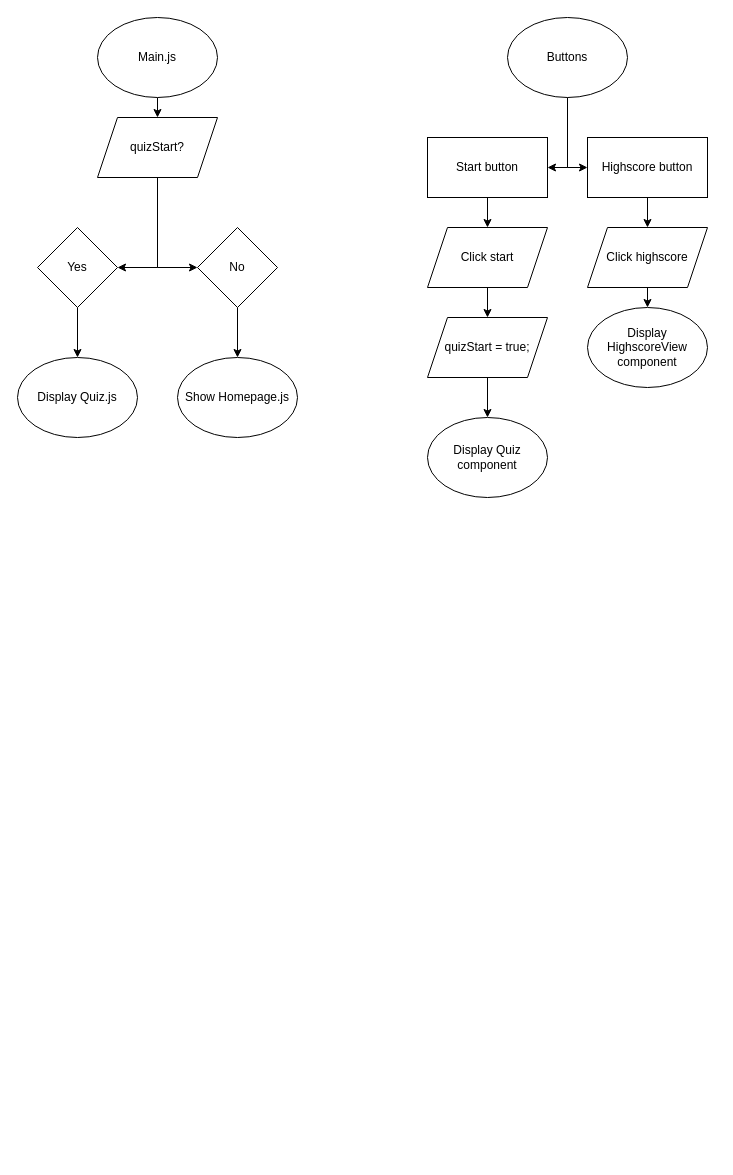
Earlier version of the draw.io diagram page "Logic" (2 of 2) of React-Quiz-Diagram.drawio (Joeseff6/React-Quiz). Source tidied: cells renumbered, new cells numbered last; positions are measured from the earlier drawing's top-left corner, leaving out a move shared by most shapes. Both pictures are drawn from the tidied source at 100%, with x=0, y=0 at pixel (17, 17).
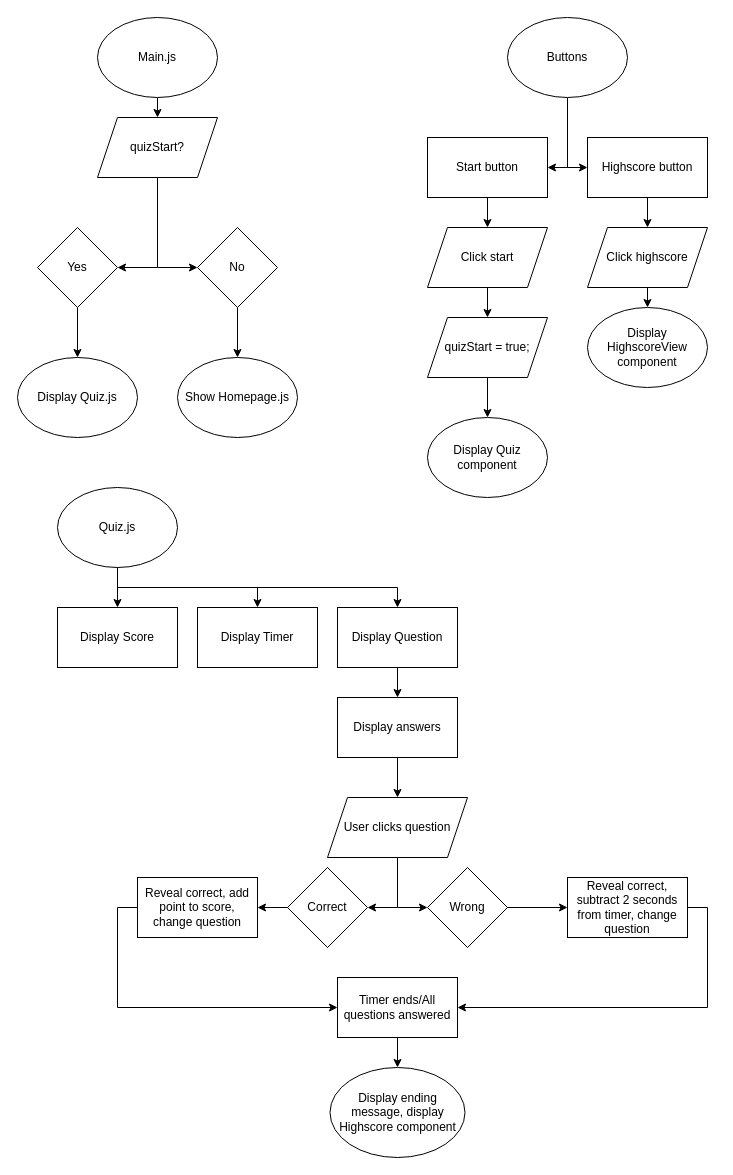
Above is the later version.

Commit message:
Added Quiz logic

The edit, as a diff of the source:
```diff
@@
+    <mxCell id="28" style="edgeStyle=orthogonalEdgeStyle;rounded=0;jettySize=auto;html=1;exitX=0.5;exitY=1;exitDx=0;exitDy=0;" parent="1" edge="1" source="31" target="33">
+      <mxGeometry relative="1" as="geometry" />
+    </mxCell>
+    <mxCell id="29" style="edgeStyle=orthogonalEdgeStyle;rounded=0;jettySize=auto;html=1;exitX=0.5;exitY=1;exitDx=0;exitDy=0;entryX=0.5;entryY=0;entryDx=0;entryDy=0;" parent="1" edge="1" source="31" target="36">
+      <mxGeometry relative="1" as="geometry" />
+    </mxCell>
+    <mxCell id="30" style="edgeStyle=orthogonalEdgeStyle;rounded=0;jettySize=auto;html=1;exitX=0.5;exitY=1;exitDx=0;exitDy=0;" parent="1" edge="1" source="31" target="37">
+      <mxGeometry relative="1" as="geometry" />
+    </mxCell>
+    <mxCell id="31" value="Quiz.js" style="ellipse;whiteSpace=wrap;html=1;" parent="1" vertex="1">
+      <mxGeometry x="40" y="470" width="120" height="80" as="geometry" />
+    </mxCell>
+    <mxCell id="32" style="edgeStyle=orthogonalEdgeStyle;rounded=0;jettySize=auto;html=1;" parent="1" edge="1" source="33" target="35">
+      <mxGeometry relative="1" as="geometry" />
+    </mxCell>
+    <mxCell id="33" value="Display Question" style="rounded=0;whiteSpace=wrap;html=1;direction=west;" parent="1" vertex="1">
+      <mxGeometry x="320" y="590" width="120" height="60" as="geometry" />
+    </mxCell>
+    <mxCell id="34" style="edgeStyle=orthogonalEdgeStyle;rounded=0;jettySize=auto;html=1;exitX=0.5;exitY=1;exitDx=0;exitDy=0;entryX=0.5;entryY=0;entryDx=0;entryDy=0;" parent="1" edge="1" source="35" target="40">
+      <mxGeometry relative="1" as="geometry" />
+    </mxCell>
+    <mxCell id="35" value="Display answers" style="whiteSpace=wrap;html=1;rounded=0;" parent="1" vertex="1">
+      <mxGeometry x="320" y="680" width="120" height="60" as="geometry" />
+    </mxCell>
+    <mxCell id="36" value="Display Score" style="whiteSpace=wrap;html=1;" parent="1" vertex="1">
+      <mxGeometry x="40" y="590" width="120" height="60" as="geometry" />
+    </mxCell>
+    <mxCell id="37" value="Display Timer" style="whiteSpace=wrap;html=1;" parent="1" vertex="1">
+      <mxGeometry x="180" y="590" width="120" height="60" as="geometry" />
+    </mxCell>
+    <mxCell id="38" style="edgeStyle=orthogonalEdgeStyle;rounded=0;jettySize=auto;html=1;exitX=0.5;exitY=1;exitDx=0;exitDy=0;entryX=0;entryY=0.5;entryDx=0;entryDy=0;" parent="1" edge="1" source="40" target="44">
+      <mxGeometry relative="1" as="geometry" />
+    </mxCell>
+    <mxCell id="39" style="edgeStyle=orthogonalEdgeStyle;rounded=0;jettySize=auto;html=1;exitX=0.5;exitY=1;exitDx=0;exitDy=0;entryX=1;entryY=0.5;entryDx=0;entryDy=0;" parent="1" edge="1" source="40" target="42">
+      <mxGeometry relative="1" as="geometry" />
+    </mxCell>
+    <mxCell id="40" value="User clicks question" style="shape=parallelogram;perimeter=parallelogramPerimeter;whiteSpace=wrap;html=1;fixedSize=1;" parent="1" vertex="1">
+      <mxGeometry x="310" y="780" width="140" height="60" as="geometry" />
+    </mxCell>
+    <mxCell id="41" style="edgeStyle=orthogonalEdgeStyle;rounded=0;jettySize=auto;html=1;" parent="1" edge="1" source="42" target="46">
+      <mxGeometry relative="1" as="geometry" />
+    </mxCell>
+    <mxCell id="42" value="Correct" style="rhombus;whiteSpace=wrap;html=1;" parent="1" vertex="1">
+      <mxGeometry x="270" y="850" width="80" height="80" as="geometry" />
+    </mxCell>
+    <mxCell id="43" style="edgeStyle=orthogonalEdgeStyle;rounded=0;jettySize=auto;html=1;" parent="1" edge="1" source="44" target="48">
+      <mxGeometry relative="1" as="geometry" />
+    </mxCell>
+    <mxCell id="44" value="Wrong" style="rhombus;whiteSpace=wrap;html=1;" parent="1" vertex="1">
+      <mxGeometry x="410" y="850" width="80" height="80" as="geometry" />
+    </mxCell>
+    <mxCell id="45" style="edgeStyle=orthogonalEdgeStyle;rounded=0;jettySize=auto;html=1;exitX=0;exitY=0.5;exitDx=0;exitDy=0;entryX=0;entryY=0.5;entryDx=0;entryDy=0;" parent="1" edge="1" source="46" target="50">
+      <mxGeometry relative="1" as="geometry" />
+    </mxCell>
+    <mxCell id="46" value="Reveal correct, add point to score, change question" style="whiteSpace=wrap;html=1;" parent="1" vertex="1">
+      <mxGeometry x="120" y="860" width="120" height="60" as="geometry" />
+    </mxCell>
+    <mxCell id="47" style="edgeStyle=orthogonalEdgeStyle;rounded=0;jettySize=auto;html=1;exitX=1;exitY=0.5;exitDx=0;exitDy=0;entryX=1;entryY=0.5;entryDx=0;entryDy=0;" parent="1" edge="1" source="48" target="50">
+      <mxGeometry relative="1" as="geometry" />
+    </mxCell>
+    <mxCell id="48" value="Reveal correct, subtract 2 seconds from timer, change question" style="whiteSpace=wrap;html=1;" parent="1" vertex="1">
+      <mxGeometry x="550" y="860" width="120" height="60" as="geometry" />
+    </mxCell>
+    <mxCell id="49" style="edgeStyle=orthogonalEdgeStyle;rounded=0;jettySize=auto;html=1;" parent="1" edge="1" source="50" target="51">
+      <mxGeometry relative="1" as="geometry" />
+    </mxCell>
+    <mxCell id="50" value="Timer ends/All questions answered" style="rounded=0;whiteSpace=wrap;html=1;" parent="1" vertex="1">
+      <mxGeometry x="320" y="960" width="120" height="60" as="geometry" />
+    </mxCell>
+    <mxCell id="51" value="Display ending message, display Highscore component" style="ellipse;whiteSpace=wrap;html=1;" parent="1" vertex="1">
+      <mxGeometry x="312.5" y="1050" width="135" height="90" as="geometry" />
+    </mxCell>
```
